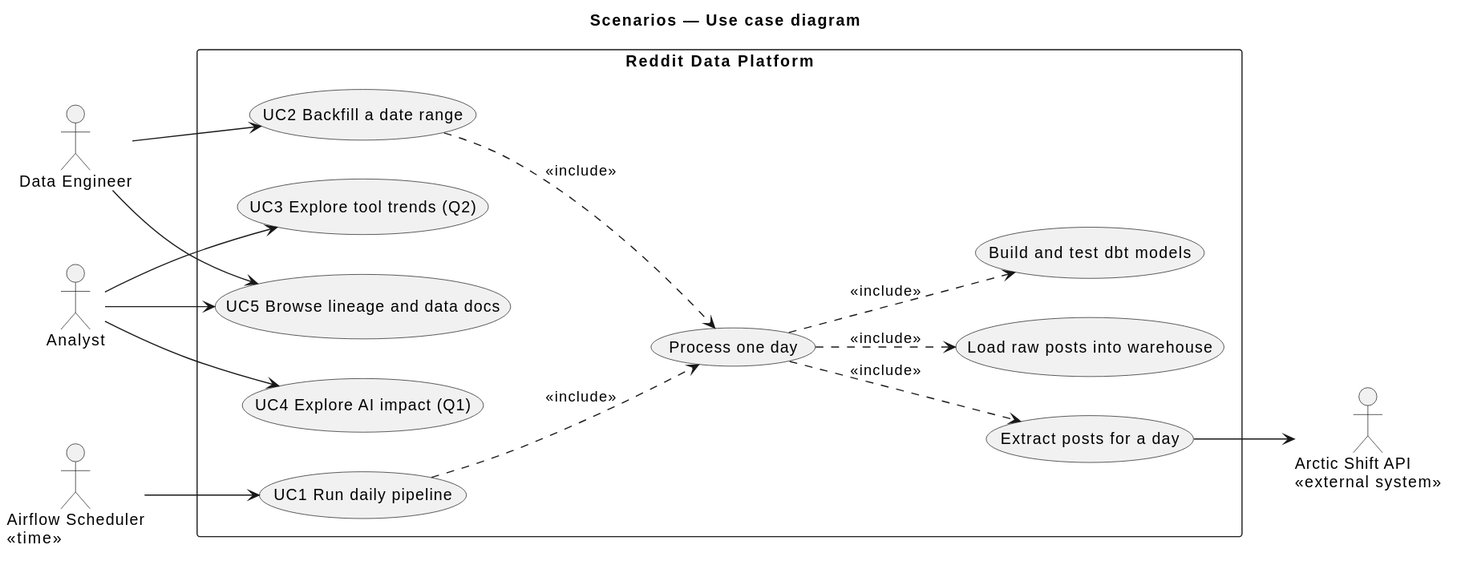
modsomjeed/reddit-dataeng keeps this PlantUML diagram as docs/architecture/diagrams/use-case.svg. Above is the earlier version.
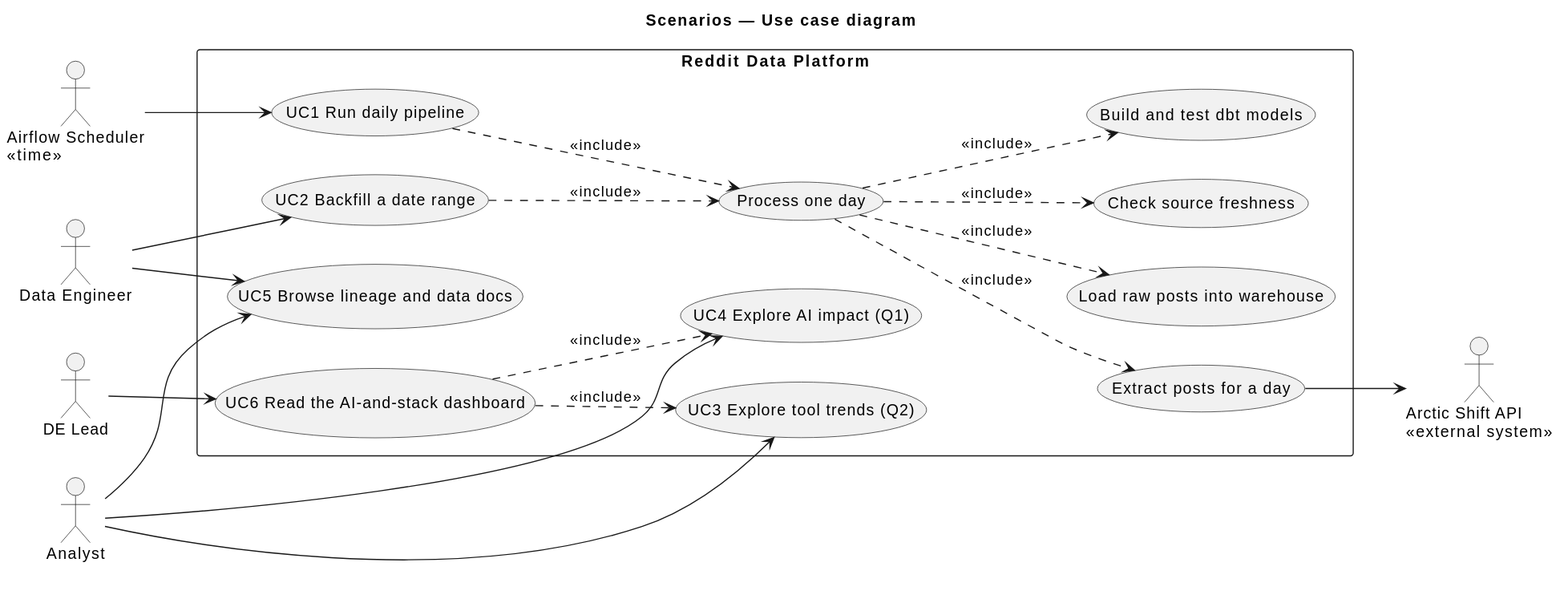
After the commit.

Change to the diagram source:
```diff
@@ -6,6 +6,7 @@
 
 actor "Data Engineer" as de
 actor "Analyst" as analyst
+actor "DE Lead" as lead
 actor "Airflow Scheduler\n<<time>>" as scheduler
 actor "Arctic Shift API\n<<external system>>" as arctic
 
@@ -15,10 +16,12 @@
   usecase "Process one day" as ucDay
   usecase "Extract posts for a day" as ucExtract
   usecase "Load raw posts into warehouse" as ucLoad
+  usecase "Check source freshness" as ucFresh
   usecase "Build and test dbt models" as ucBuild
   usecase "UC3 Explore tool trends (Q2)" as uc3
   usecase "UC4 Explore AI impact (Q1)" as uc4
   usecase "UC5 Browse lineage and data docs" as uc5
+  usecase "UC6 Read the AI-and-stack dashboard" as uc6
 }
 
 scheduler --> uc1
@@ -27,12 +30,16 @@
 analyst --> uc3
 analyst --> uc4
 analyst --> uc5
+lead --> uc6
 
 uc1 ..> ucDay : <<include>>
 uc2 ..> ucDay : <<include>>
 ucDay ..> ucExtract : <<include>>
 ucDay ..> ucLoad : <<include>>
+ucDay ..> ucFresh : <<include>>
 ucDay ..> ucBuild : <<include>>
 
 ucExtract --> arctic
+uc6 ..> uc3 : <<include>>
+uc6 ..> uc4 : <<include>>
 @enduml
```
